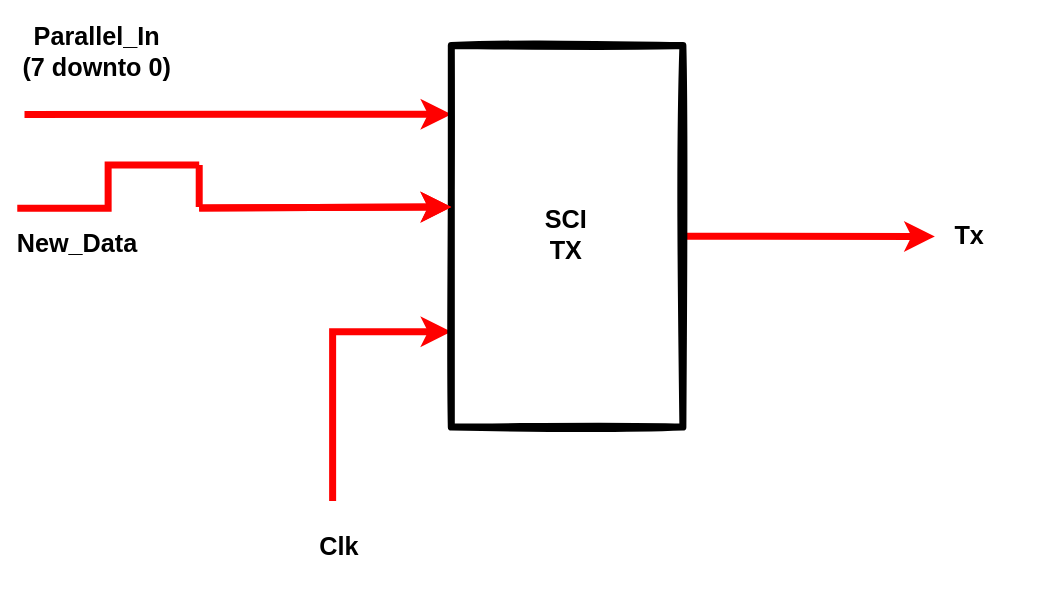
This is design/block_diagrams/sci_transmitter/SCITransmitterBlockDiagram.drawio.svg from mubbie/es31-wordle, a draw.io export, as it was before one commit. Source tidied: cells renumbered, new cells last; positions are measured from the earlier drawing's top-left corner, leaving out a move shared by most shapes.
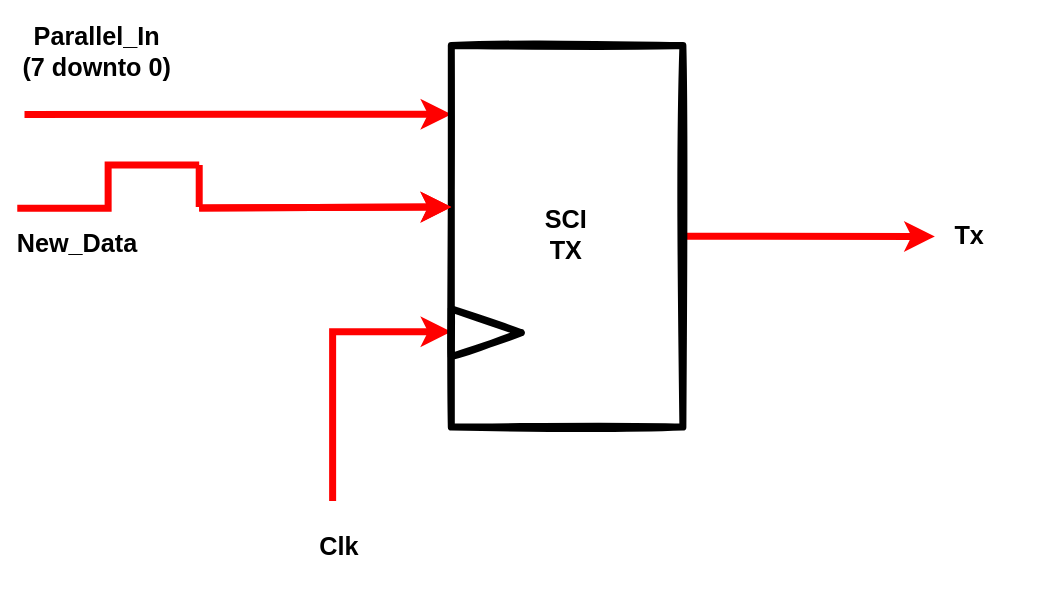
Later version of the same file.

Change to the diagram source:
```diff
@@ -63,5 +63,8 @@
     <mxCell id="14" value="&lt;span style=&quot;font-size: 18px;&quot;&gt;&lt;b&gt;Parallel_In (7 downto 0)&lt;/b&gt;&lt;/span&gt;" style="text;html=1;strokeColor=none;fillColor=none;align=center;verticalAlign=middle;whiteSpace=wrap;rounded=0;sketch=1;" parent="1" vertex="1">
       <mxGeometry x="14" width="110.2" height="74.3" as="geometry" />
     </mxCell>
+    <mxCell id="15" style="triangle;whiteSpace=wrap;html=1;fillColor=none;strokeWidth=5;strokeColor=#000000;sketch=1;" parent="1" vertex="1">
+      <mxGeometry x="321.7" y="220" width="50" height="34" as="geometry" />
+    </mxCell>
   </root>
 </mxGraphModel>
```
